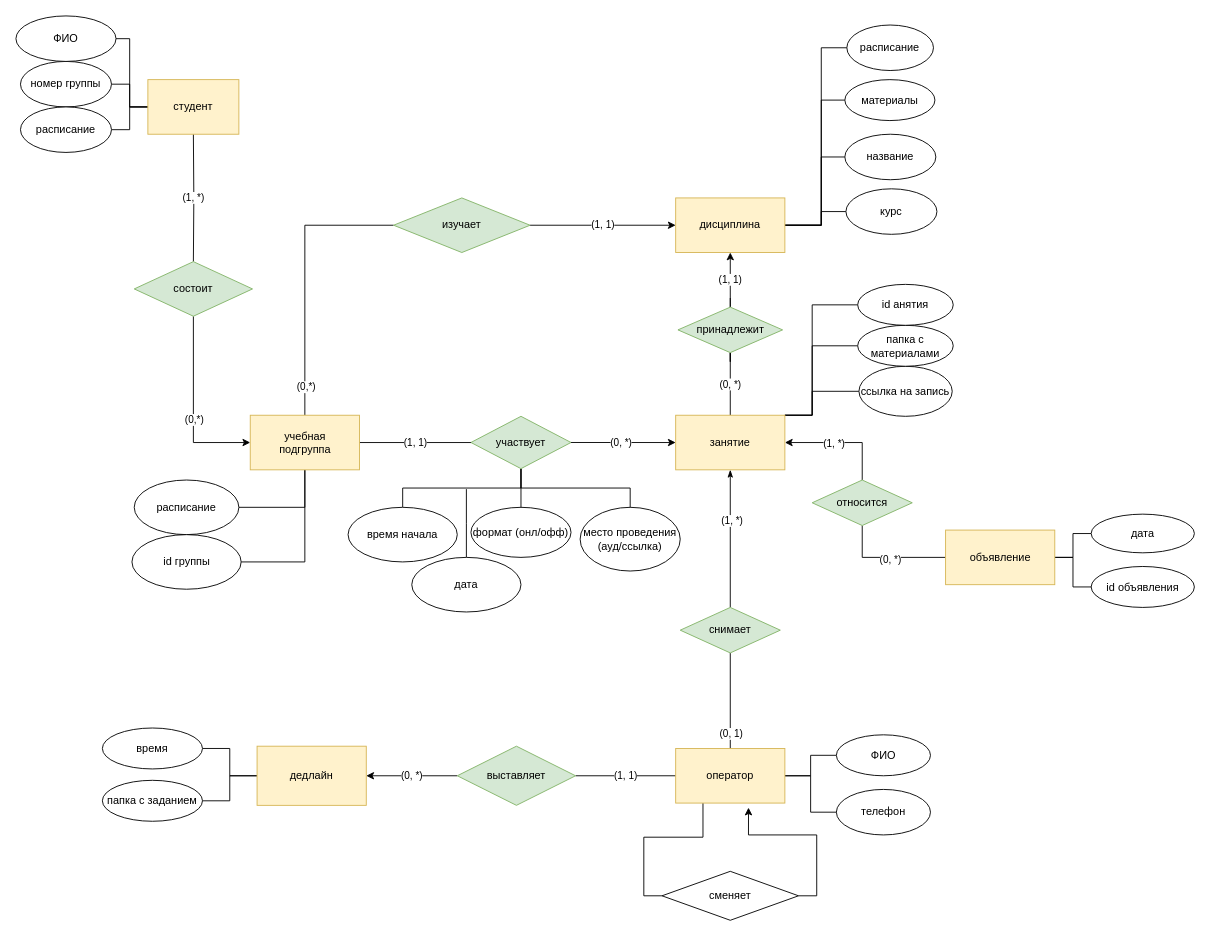
Above: Untitled Diagram.drawio in goozlike/LectorPlus-database (draw.io), before the change. Source tidied: cells renumbered, new cells numbered last; positions are measured from the earlier drawing's top-left corner, leaving out a move shared by most shapes. Both pictures are drawn from the tidied source at 91%, with x=0, y=0 at pixel (15, 15).
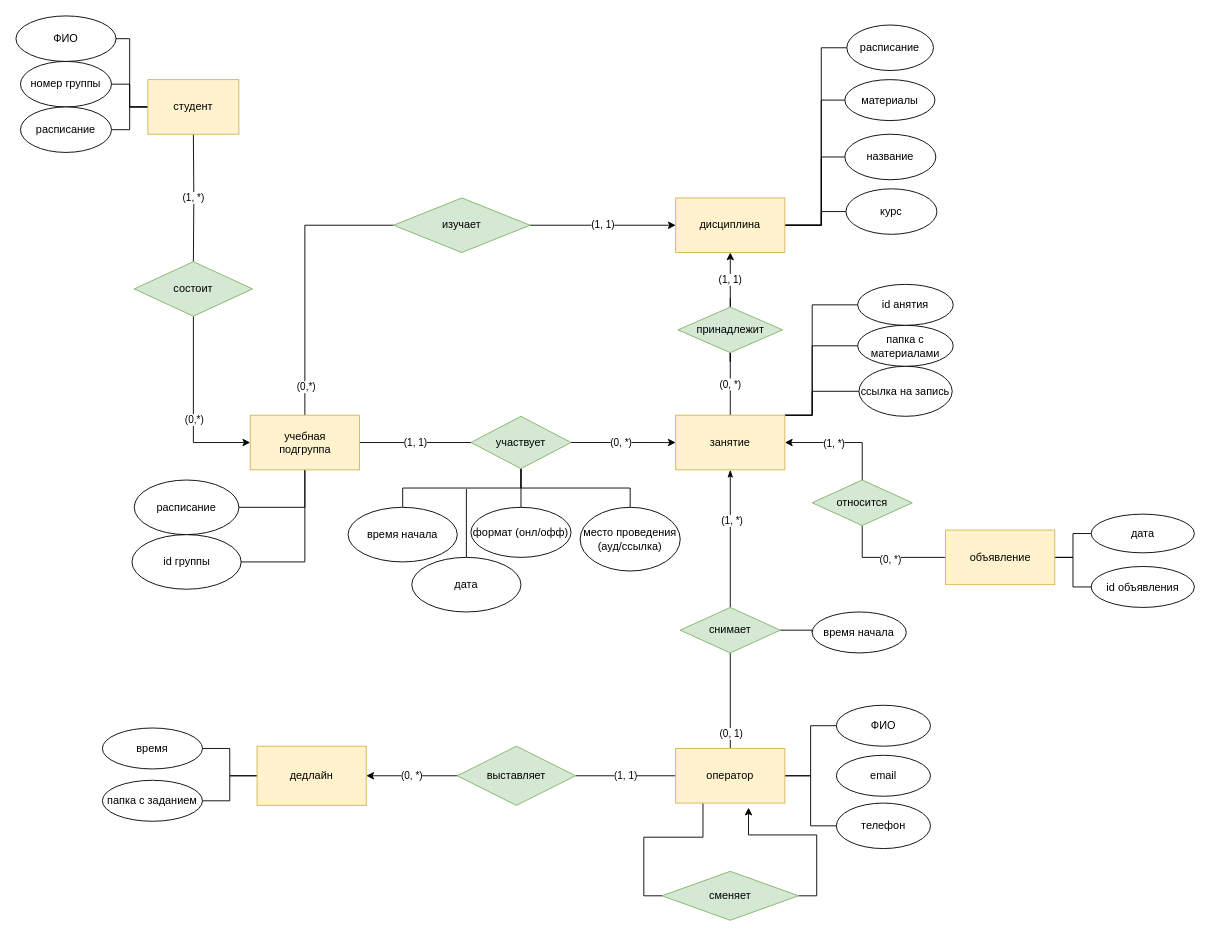
After the change.

Unchanged cells that the change refers to:
```xml
<mxCell id="61" value="снимает" style="rhombus;whiteSpace=wrap;html=1;fillColor=#d5e8d4;strokeColor=#82b366;" parent="1" vertex="1">
  <mxGeometry x="730" y="650" width="110" height="50" as="geometry" />
</mxCell>
```

Change to the diagram source:
```diff
@@
+    <mxCell id="90" style="edgeStyle=orthogonalEdgeStyle;rounded=0;jettySize=auto;html=1;exitX=1;exitY=0.5;exitDx=0;exitDy=0;entryX=0;entryY=0.5;entryDx=0;entryDy=0;startArrow=none;startFill=0;endArrow=none;endFill=0;" parent="1" edge="1" source="61" target="92">
+      <mxGeometry relative="1" as="geometry" />
+    </mxCell>
@@
     <mxCell id="62" value="ФИО" style="ellipse;whiteSpace=wrap;html=1;" parent="1" vertex="1">
-      <mxGeometry x="901.6" y="790" width="103.4" height="45" as="geometry" />
+      <mxGeometry x="901.6" y="757.5" width="103.4" height="45" as="geometry" />
     </mxCell>
@@
-    <mxCell id="76" value="сменяет" style="rhombus;whiteSpace=wrap;html=1;" parent="1" vertex="1">
+    <mxCell id="76" value="сменяет" style="rhombus;whiteSpace=wrap;html=1;fillColor=#d5e8d4;strokeColor=#82b366;" parent="1" vertex="1">
       <mxGeometry x="710" y="940" width="150" height="53.8" as="geometry" />
     </mxCell>
@@
     <mxCell id="79" value="&lt;div&gt;телефон&lt;/div&gt;" style="ellipse;whiteSpace=wrap;html=1;" parent="1" vertex="1">
-      <mxGeometry x="901.6" y="850" width="103.4" height="50" as="geometry" />
+      <mxGeometry x="901.6" y="865" width="103.4" height="50" as="geometry" />
     </mxCell>
@@
+    <mxCell id="91" value="email" style="ellipse;whiteSpace=wrap;html=1;" parent="1" vertex="1">
+      <mxGeometry x="901.6" y="812.5" width="103.4" height="45" as="geometry" />
+    </mxCell>
+    <mxCell id="92" value="время начала" style="ellipse;whiteSpace=wrap;html=1;" parent="1" vertex="1">
+      <mxGeometry x="875" y="655" width="103.4" height="45" as="geometry" />
+    </mxCell>
```
